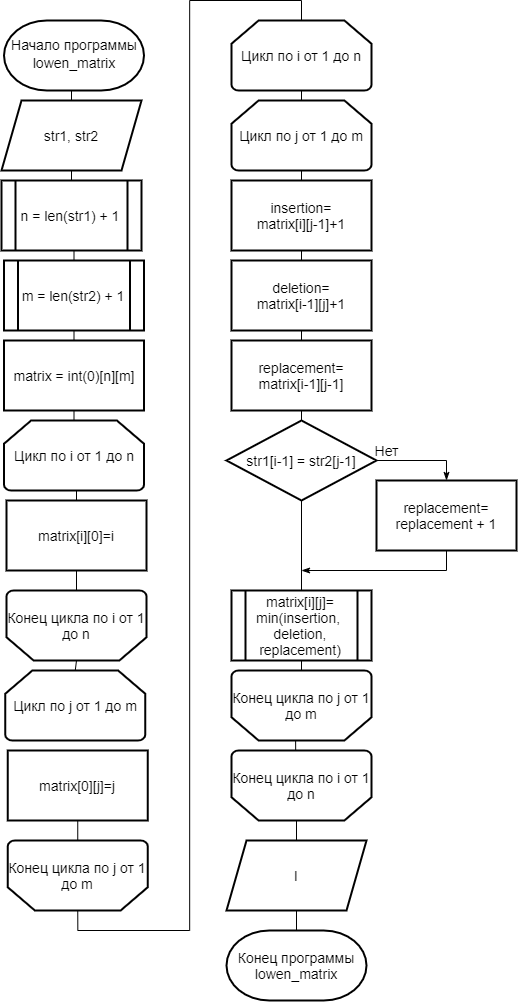
Above: lab1/report/inc/img/l_matrix.png in alena-zayts/BMSTU_5sem_analysis_of_algorithms (draw.io), before the change. Source tidied: cells renumbered, new cells last; positions are measured from the earlier drawing's top-left corner, leaving out a move shared by most shapes.
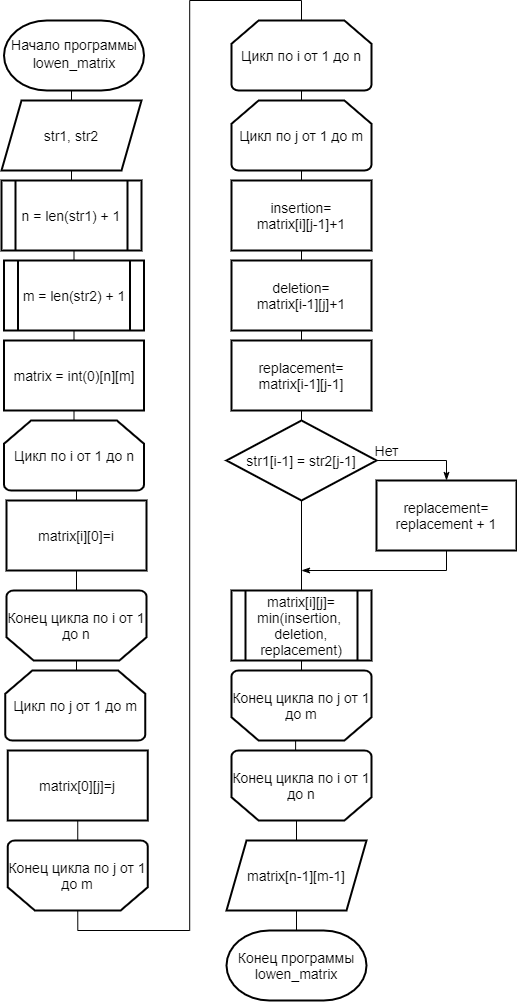
The same diagram one commit later.

Change to the diagram source:
```diff
@@ -61,7 +61,7 @@
     <mxCell id="17" style="edgeStyle=orthogonalEdgeStyle;rounded=0;jettySize=auto;html=1;exitX=0.5;exitY=0;exitDx=0;exitDy=0;endArrow=none;endFill=0;" parent="1" edge="1" source="18" target="30">
       <mxGeometry relative="1" as="geometry" />
     </mxCell>
-    <mxCell id="18" value="I" style="shape=parallelogram;perimeter=parallelogramPerimeter;whiteSpace=wrap;html=1;fixedSize=1;strokeWidth=2;fontSize=14;" parent="1" vertex="1">
+    <mxCell id="18" value="matrix[n-1][m-1]" style="shape=parallelogram;perimeter=parallelogramPerimeter;whiteSpace=wrap;html=1;fixedSize=1;strokeWidth=2;fontSize=14;" parent="1" vertex="1">
       <mxGeometry x="225" y="820" width="140" height="70" as="geometry" />
     </mxCell>
     <mxCell id="19" style="edgeStyle=orthogonalEdgeStyle;rounded=0;jettySize=auto;html=1;exitX=0.5;exitY=1;exitDx=0;exitDy=0;exitPerimeter=0;entryX=0.5;entryY=1;entryDx=0;entryDy=0;endArrow=none;endFill=0;" parent="1" edge="1" source="20" target="14">
```
